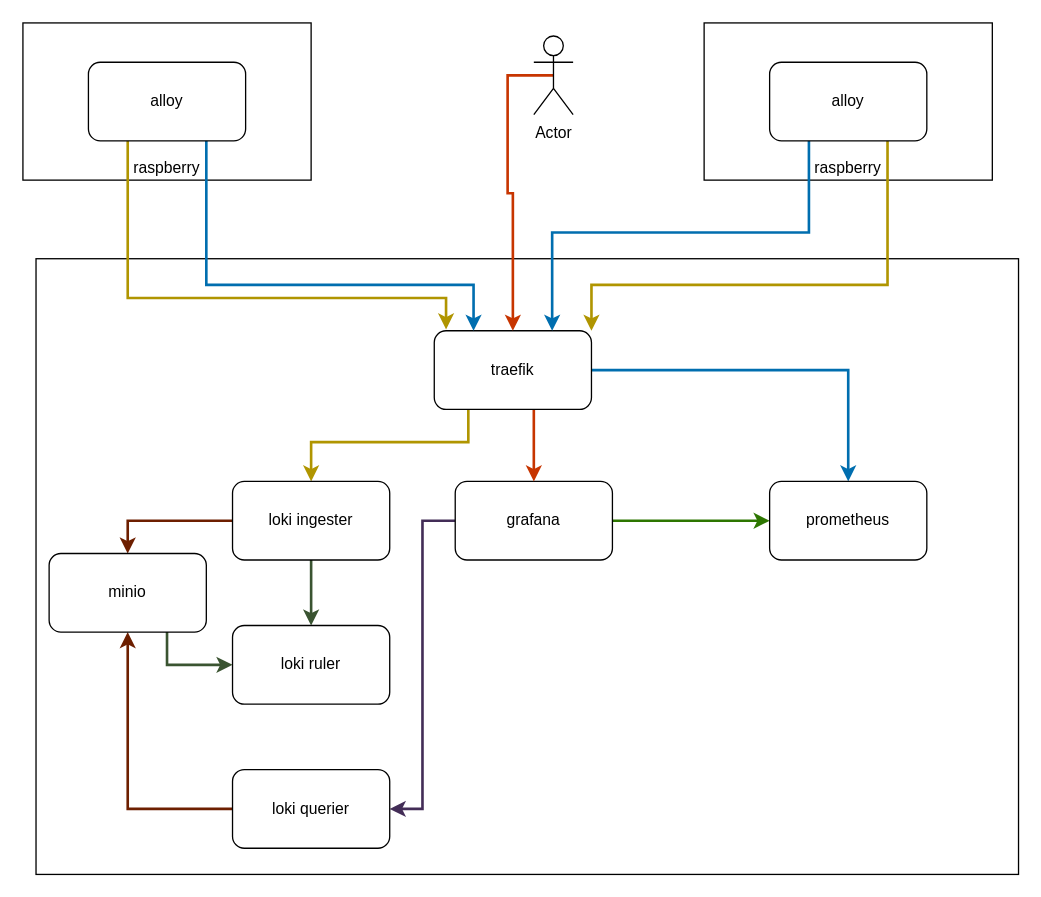
Above: metricmind.drawio in mdiazn80/metricmind (draw.io), before the change. Source tidied: cells renumbered, new cells numbered last; positions are measured from the earlier drawing's top-left corner, leaving out a move shared by most shapes. Both pictures are drawn from the tidied source at 131%, with x=0, y=0 at pixel (22, 22).
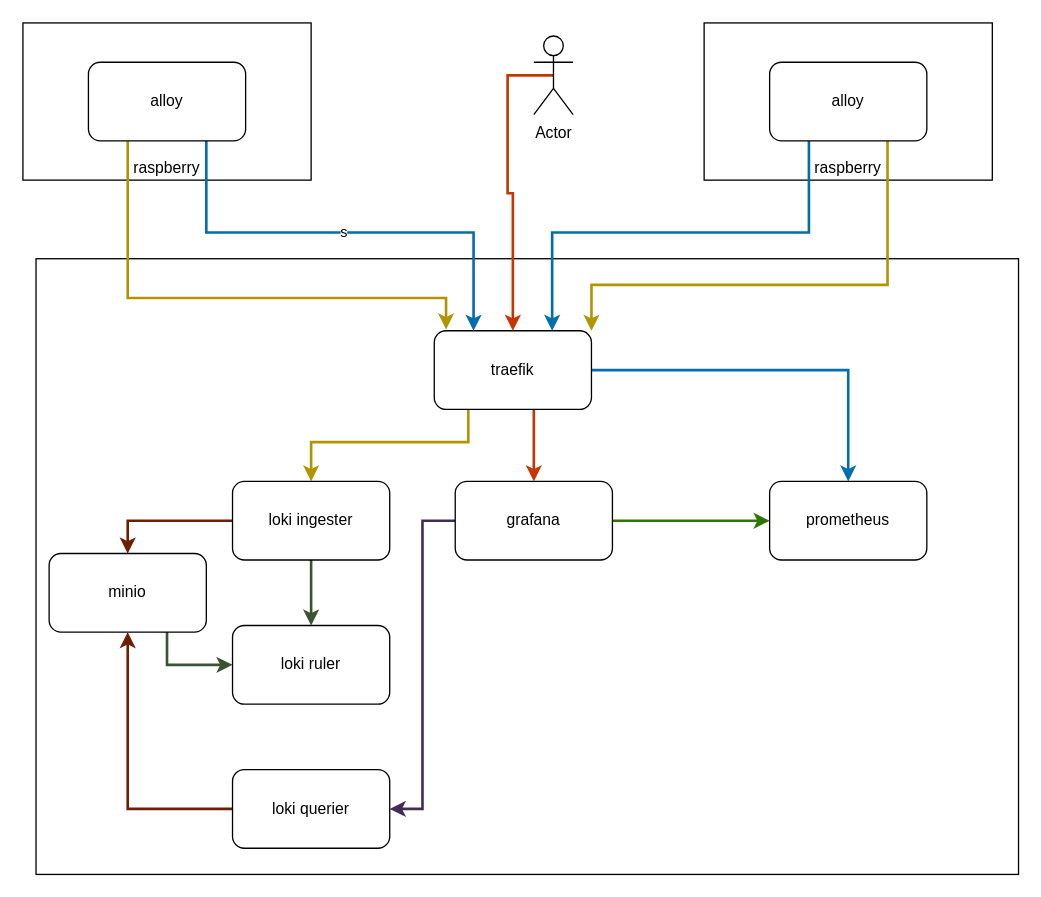
The same page after the edit.

Unchanged cells that the change refers to:
```xml
<mxCell id="9" value="traefik" style="rounded=1;whiteSpace=wrap;html=1;" parent="1" vertex="1">
  <mxGeometry x="314" y="235" width="120" height="60" as="geometry" />
</mxCell>
<mxCell id="13" value="alloy" style="rounded=1;whiteSpace=wrap;html=1;" parent="1" vertex="1">
  <mxGeometry x="50" y="30" width="120" height="60" as="geometry" />
</mxCell>
```

What changed in the source:
```diff
@@
-    <mxCell id="11" style="edgeStyle=orthogonalEdgeStyle;rounded=0;jettySize=auto;html=1;entryX=0.25;entryY=0;entryDx=0;entryDy=0;fillColor=#1ba1e2;strokeColor=#006EAF;strokeWidth=2;" parent="1" edge="1" source="13" target="9">
+    <mxCell id="11" value="s" style="edgeStyle=orthogonalEdgeStyle;rounded=0;jettySize=auto;html=1;entryX=0.25;entryY=0;entryDx=0;entryDy=0;fillColor=#1ba1e2;strokeColor=#006EAF;strokeWidth=2;" parent="1" edge="1" source="13" target="9">
       <mxGeometry relative="1" as="geometry">
         <Array as="points">
-          <mxPoint x="140" y="200" />
-          <mxPoint x="344" y="200" />
+          <mxPoint x="140" y="160" />
+          <mxPoint x="344" y="160" />
         </Array>
       </mxGeometry>
     </mxCell>
```
